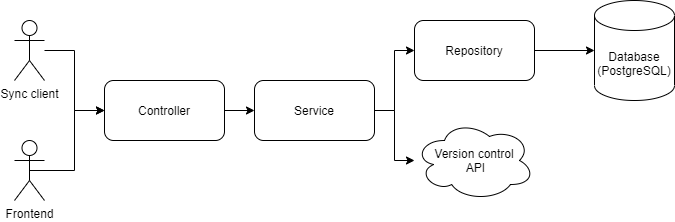
DEVELOPEST/gtm-thesis keeps this draw.io diagram as figures/backend_layered_diagram.png. Above is the earlier version. Source tidied: cells renumbered, new cells last; positions are measured from the earlier drawing's top-left corner, leaving out a move shared by most shapes.
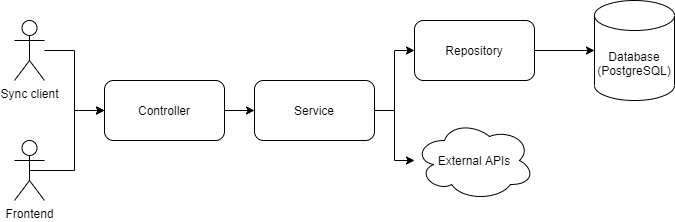
The same diagram one commit later.

Commit message:
Update backend layered diagram

The edit, as a diff of the source:
```diff
@@ -38,7 +38,7 @@
     <mxCell id="13" value="Sync client" style="shape=umlActor;verticalLabelPosition=bottom;verticalAlign=top;html=1;outlineConnect=0;" parent="1" vertex="1">
       <mxGeometry y="20" width="30" height="60" as="geometry" />
     </mxCell>
-    <mxCell id="14" value="Version control&lt;br&gt;&amp;nbsp;API" style="ellipse;shape=cloud;whiteSpace=wrap;html=1;" parent="1" vertex="1">
+    <mxCell id="14" value="External APIs" style="ellipse;shape=cloud;whiteSpace=wrap;html=1;" parent="1" vertex="1">
       <mxGeometry x="400" y="120" width="120" height="80" as="geometry" />
     </mxCell>
   </root>
```
